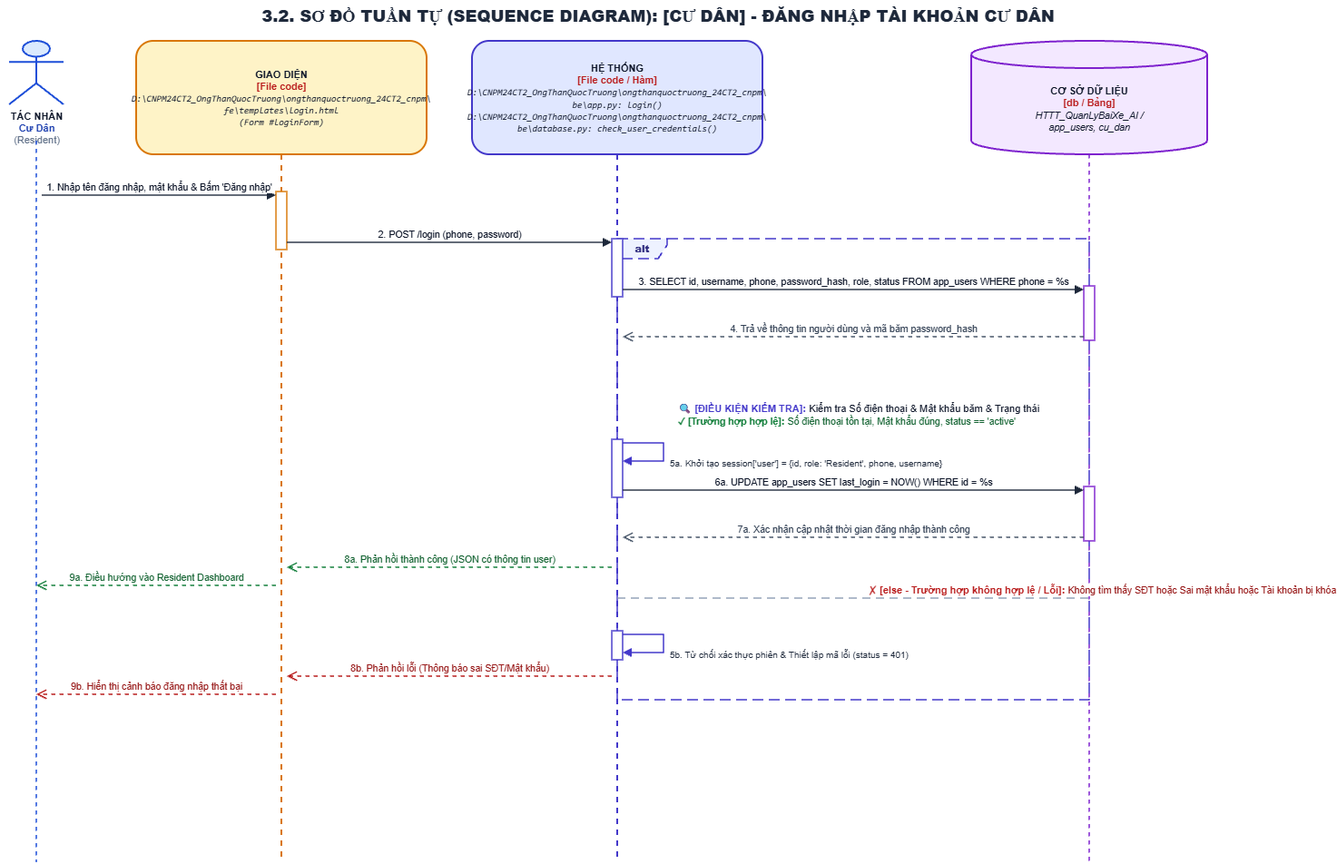
Above: ongthanquoctruong_24CT2_cnpm/docs/Tuần Tự/chức năng đăng nhập Người Dùng.drawio.png in Truong027/CNPM24 (draw.io), before the change. Source tidied: cells renumbered, new cells last; positions are measured from the earlier drawing's top-left corner, leaving out a move shared by most shapes.
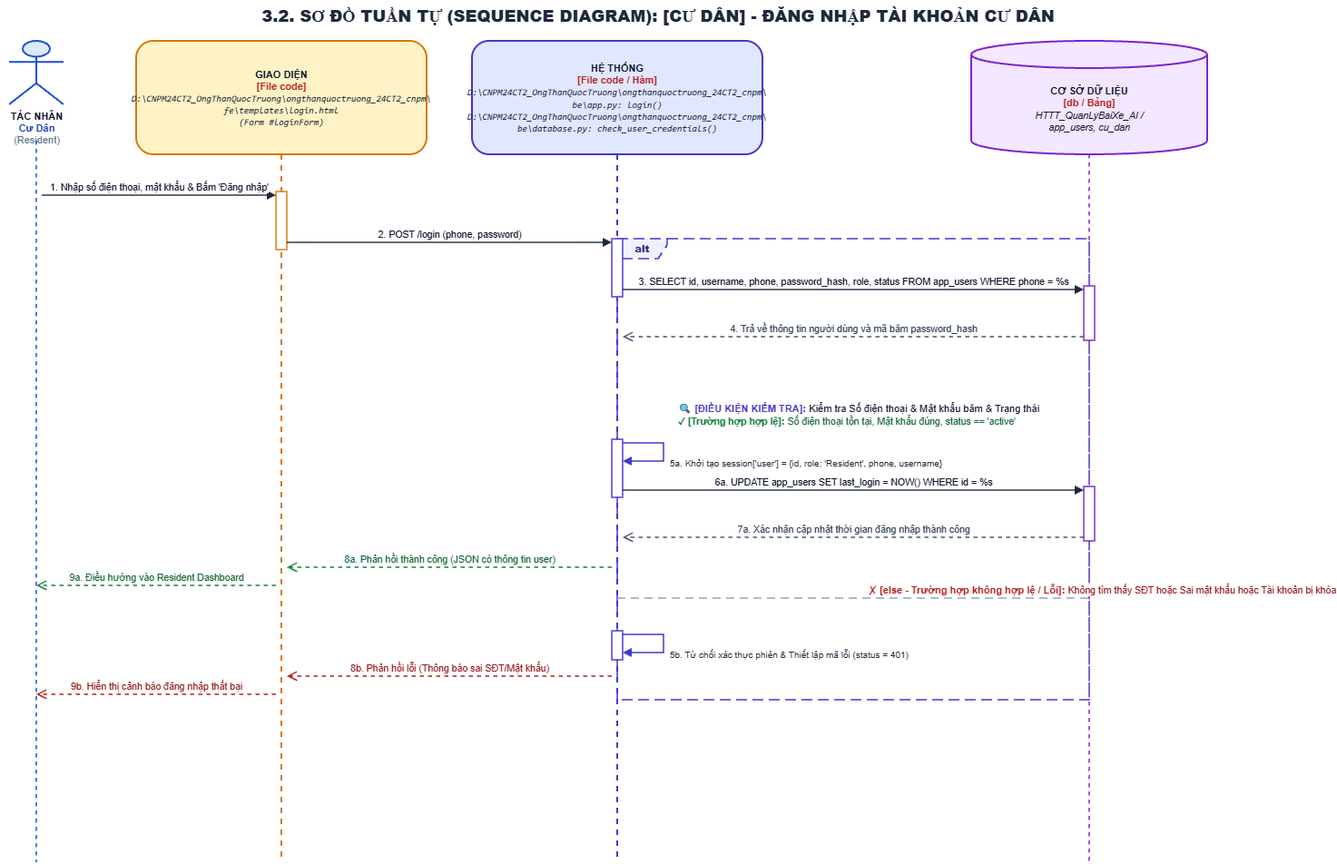
The same diagram one commit later.

Commit message:
db: Map detailed permissions with explicit Foreign Keys to app_users for GitDiagram

What changed in the source:
```diff
@@ -59,7 +59,7 @@
     <mxCell id="17" style="html=1;perimeter=orthogonalPerimeter;targetShapes=umlLifeline;topToBottom=1;fillColor=#FFFFFF;strokeColor=#7E22CE;strokeWidth=1.5;rounded=0;" parent="1" vertex="1">
       <mxGeometry x="1194" y="536" width="12" height="60" as="geometry" />
     </mxCell>
-    <mxCell id="18" value="1. Nhập tên đăng nhập, mật khẩu &amp; Bấm 'Đăng nhập'" style="html=1;verticalAlign=bottom;endArrow=block;rounded=0;strokeColor=#1E293B;strokeWidth=1.5;fontColor=#0F172A;fontSize=10.5;" parent="1" edge="1">
+    <mxCell id="18" value="1. Nhập số điện thoại, mật khẩu &amp;amp; Bấm 'Đăng nhập'" style="html=1;verticalAlign=bottom;endArrow=block;rounded=0;strokeColor=#1E293B;strokeWidth=1.5;fontColor=#0F172A;fontSize=10.5;" parent="1" edge="1">
       <mxGeometry relative="1" as="geometry">
         <mxPoint x="46" y="215" as="sourcePoint" />
         <mxPoint x="304" y="215" as="targetPoint" />
```
